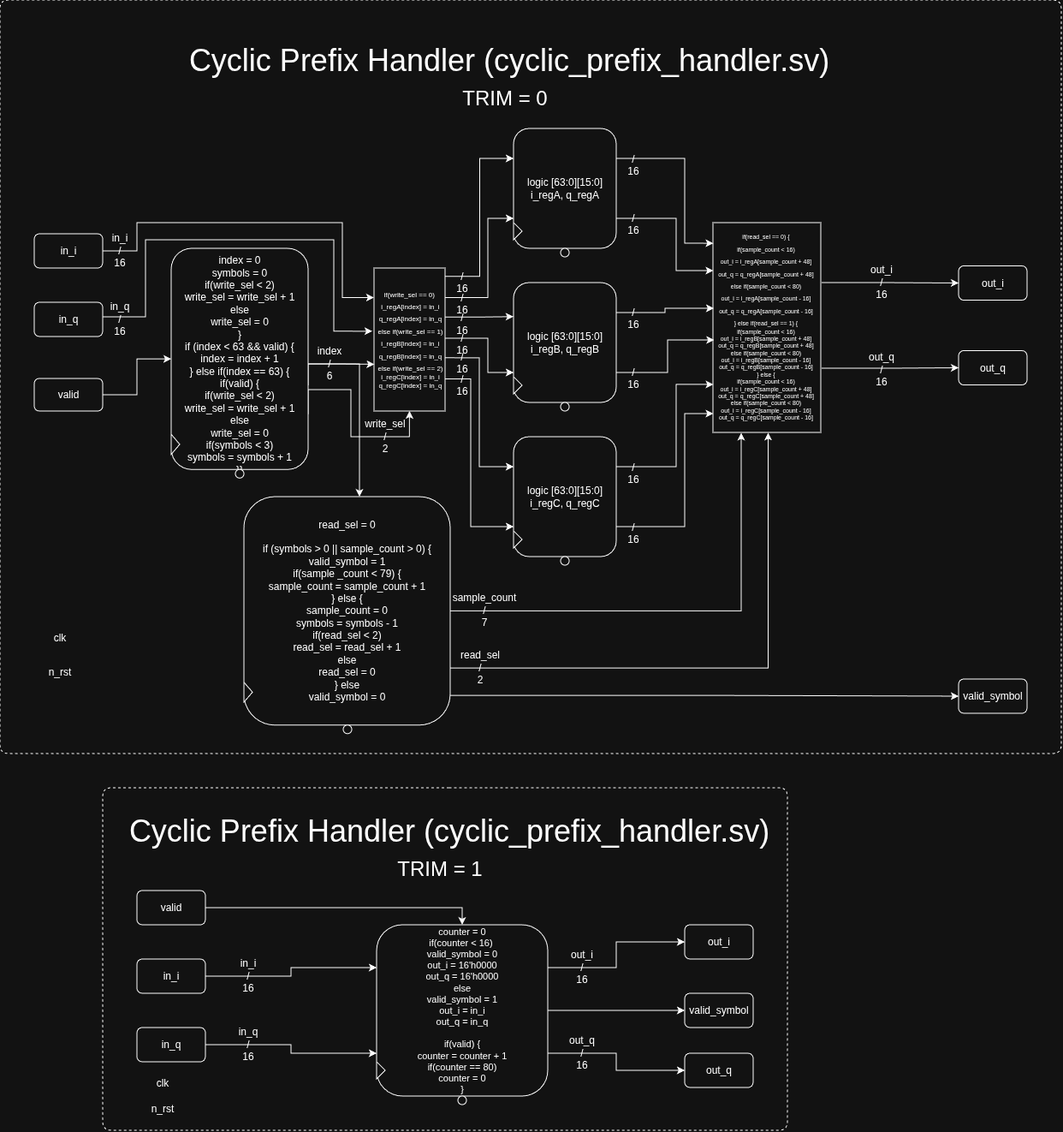
The draw.io diagram diagrams/cyclicprefixrtl.png in Yauk-An-Ant/OFDM-Baseband-PHY-FPGA, before a commit. Source tidied: cells renumbered, new cells last; positions are measured from the earlier drawing's top-left corner, leaving out a move shared by most shapes.
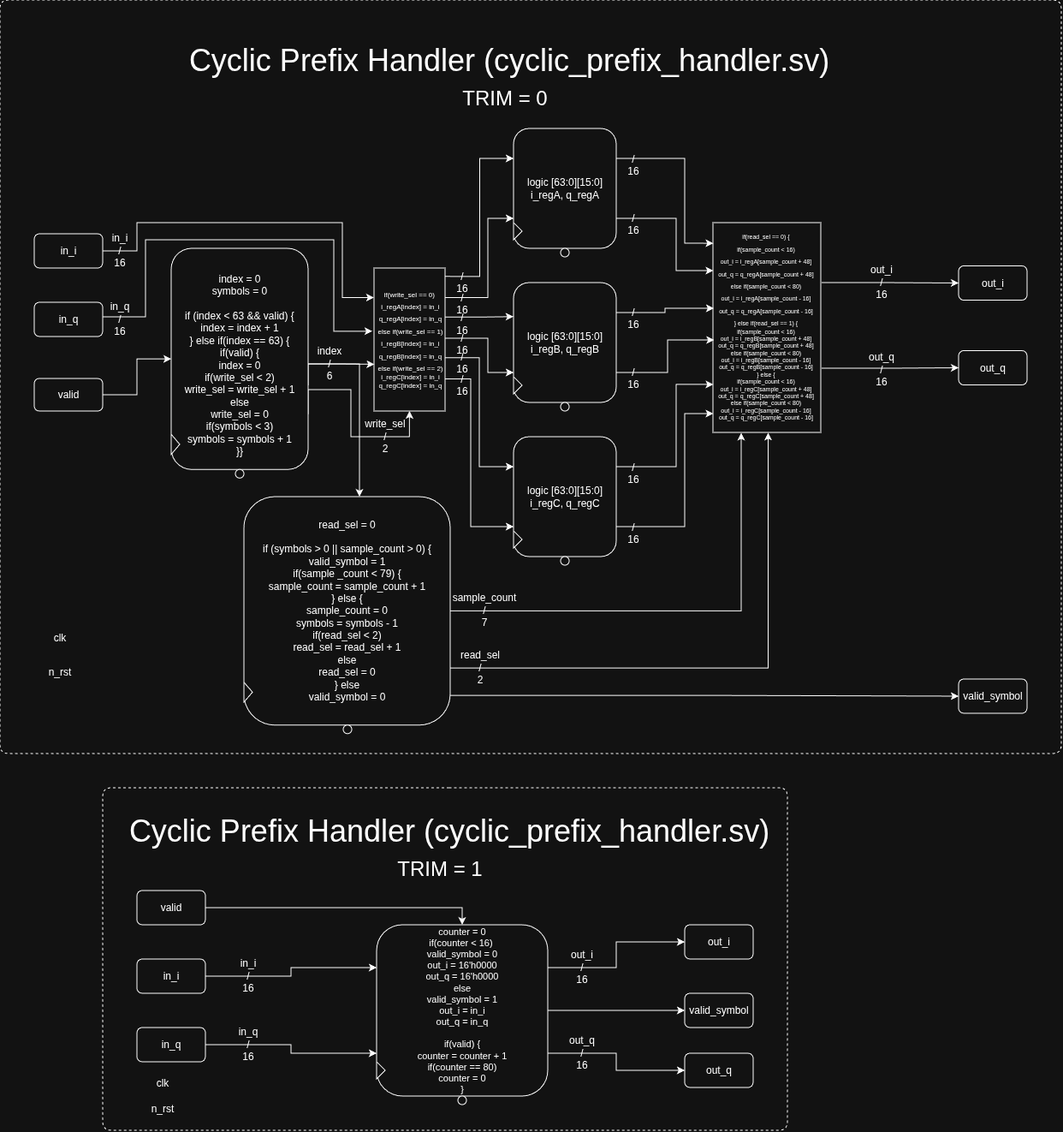
The same diagram one commit later.

The edit, as a diff of the source:
```diff
@@ -402,7 +402,7 @@
     <mxCell id="95" style="group;" parent="1" vertex="1">
       <mxGeometry x="200" y="290" width="160" height="270" as="geometry" />
     </mxCell>
-    <mxCell id="96" value="&lt;div&gt;&lt;br&gt;&lt;/div&gt;index = 0&lt;div&gt;symbols = 0&lt;br&gt;if(write_sel &amp;lt; 2)&lt;br&gt;write_sel = write_sel + 1&lt;br&gt;else&lt;br&gt;write_sel = 0&lt;br&gt;}&lt;div&gt;if&amp;nbsp;&lt;span style=&quot;background-color: transparent; color: light-dark(rgb(0, 0, 0), rgb(255, 255, 255));&quot;&gt;(index &amp;lt; 63 &amp;amp;&amp;amp; valid) {&lt;/span&gt;&lt;div&gt;index = index + 1&lt;br&gt;} else if(index == 63) {&lt;br&gt;&lt;/div&gt;&lt;div&gt;if(valid) {&lt;br&gt;if(write_sel &amp;lt; 2)&lt;br&gt;write_sel = write_sel + 1&lt;br&gt;else&lt;br&gt;write_sel = 0&lt;/div&gt;&lt;div&gt;if(symbols &amp;lt; 3)&lt;/div&gt;&lt;div&gt;symbols = symbols + 1&lt;br&gt;}}&lt;/div&gt;&lt;/div&gt;&lt;/div&gt;" style="rounded=1;whiteSpace=wrap;html=1;points=[[0,0,0,0,0],[0,0.25,0,0,0],[0,0.5,0,0,0],[0,0.75,0,0,0],[0,1,0,0,0],[0.25,0,0,0,0],[0.25,1,0,0,0],[0.5,1,0,0,0],[0.75,0,0,0,0],[0.75,1,0,0,0],[1,0,0,0,0],[1,0.25,0,0,0],[1,0.5,0,0,0],[1,0.62,0,0,0],[1,0.75,0,0,0],[1,1,0,0,0]];" parent="95" vertex="1">
+    <mxCell id="96" value="&lt;div&gt;&lt;br&gt;&lt;/div&gt;index = 0&lt;div&gt;symbols = 0&lt;br&gt;&lt;br&gt;&lt;div&gt;if&amp;nbsp;&lt;span style=&quot;background-color: transparent; color: light-dark(rgb(0, 0, 0), rgb(255, 255, 255));&quot;&gt;(index &amp;lt; 63 &amp;amp;&amp;amp; valid) {&lt;/span&gt;&lt;div&gt;index = index + 1&lt;br&gt;} else if(index == 63) {&lt;br&gt;&lt;/div&gt;&lt;div&gt;if(valid) {&lt;/div&gt;&lt;div&gt;index = 0&lt;br&gt;if(write_sel &amp;lt; 2)&lt;br&gt;write_sel = write_sel + 1&lt;br&gt;else&lt;br&gt;write_sel = 0&lt;/div&gt;&lt;div&gt;if(symbols &amp;lt; 3)&lt;/div&gt;&lt;div&gt;symbols = symbols + 1&lt;br&gt;}}&lt;/div&gt;&lt;/div&gt;&lt;/div&gt;" style="rounded=1;whiteSpace=wrap;html=1;points=[[0,0,0,0,0],[0,0.25,0,0,0],[0,0.5,0,0,0],[0,0.75,0,0,0],[0,1,0,0,0],[0.25,0,0,0,0],[0.25,1,0,0,0],[0.5,1,0,0,0],[0.75,0,0,0,0],[0.75,1,0,0,0],[1,0,0,0,0],[1,0.25,0,0,0],[1,0.5,0,0,0],[1,0.62,0,0,0],[1,0.75,0,0,0],[1,1,0,0,0]];" parent="95" vertex="1">
       <mxGeometry width="160" height="258.3" as="geometry" />
     </mxCell>
     <mxCell id="97" style="triangle;whiteSpace=wrap;html=1;" parent="95" vertex="1">
```
